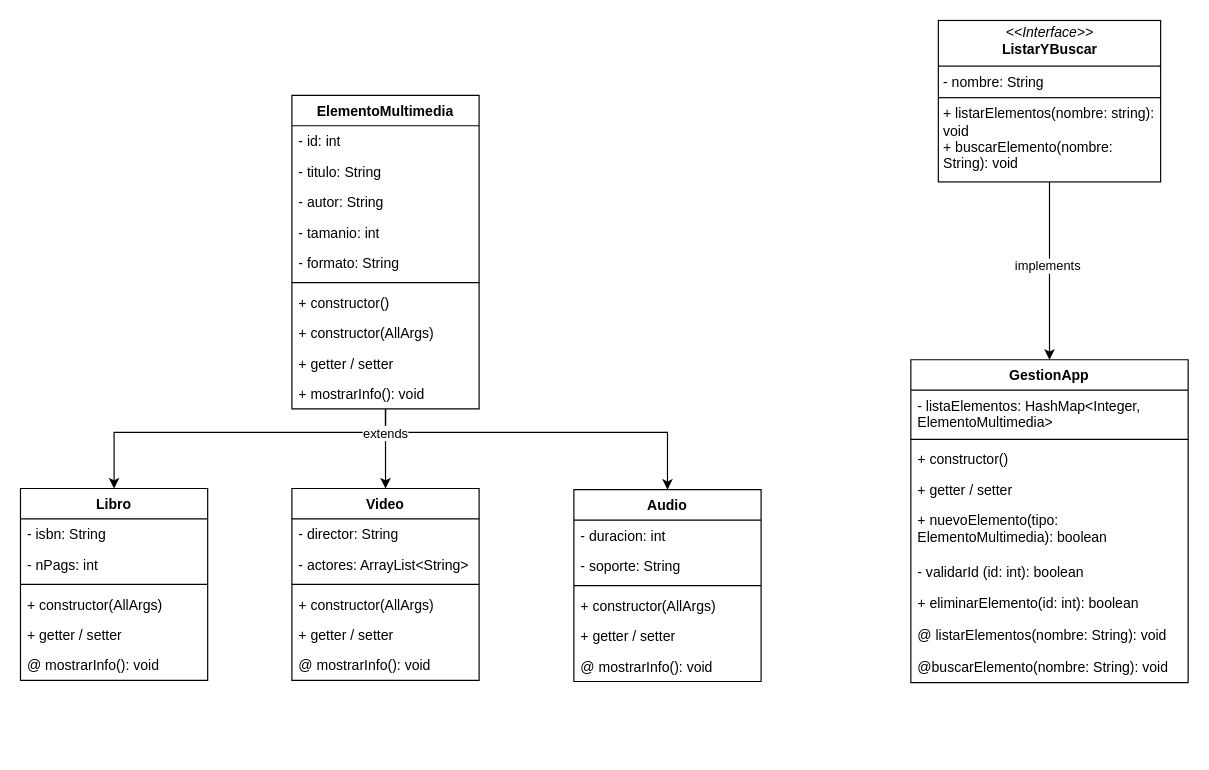
The draw.io diagram PRO/EjercicioElementosMultimedia/docs/diagramaClase.drawio in Jbergo/CLASEPRO_MPO, before the edit. Source tidied: cells renumbered, new cells numbered last; positions are measured from the earlier drawing's top-left corner, leaving out a move shared by most shapes. Both pictures are drawn from the tidied source at 117%, with x=0, y=0 at pixel (20, 20).
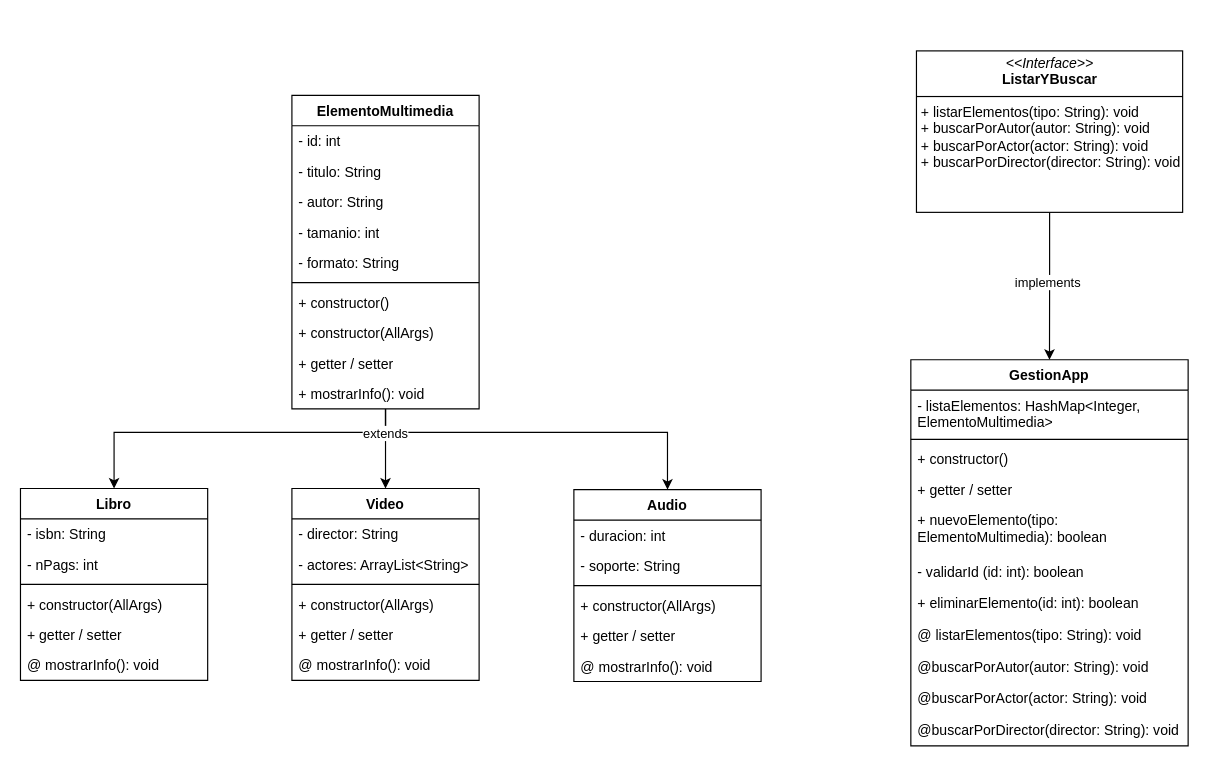
After the change.

Diff of the diagram source:
```diff
@@
     <mxCell id="38" value="GestionApp" style="swimlane;fontStyle=1;align=center;verticalAlign=top;horizontal=1;startSize=26;whiteSpace=wrap;html=1;" parent="1" vertex="1">
-      <mxGeometry x="761" y="290" width="237" height="276" as="geometry" />
+      <mxGeometry x="761" y="290" width="237" height="330" as="geometry" />
     </mxCell>
@@
-    <mxCell id="46" value="@ listarElementos(nombre: String): void" style="text;strokeColor=none;fillColor=none;align=left;verticalAlign=top;spacingLeft=4;spacingRight=4;overflow=hidden;whiteSpace=wrap;html=1;" parent="38" vertex="1">
+    <mxCell id="46" value="@ listarElementos(tipo: String): void" style="text;strokeColor=none;fillColor=none;align=left;verticalAlign=top;spacingLeft=4;spacingRight=4;overflow=hidden;whiteSpace=wrap;html=1;" parent="38" vertex="1">
       <mxGeometry y="222" width="237" height="27" as="geometry" />
     </mxCell>
-    <mxCell id="47" value="@buscarElemento(nombre: String): void" style="text;strokeColor=none;fillColor=none;align=left;verticalAlign=top;spacingLeft=4;spacingRight=4;overflow=hidden;whiteSpace=wrap;html=1;" parent="38" vertex="1">
+    <mxCell id="47" value="@buscarPorAutor(autor: String): void" style="text;strokeColor=none;fillColor=none;align=left;verticalAlign=top;spacingLeft=4;spacingRight=4;overflow=hidden;whiteSpace=wrap;html=1;" parent="38" vertex="1">
       <mxGeometry y="249" width="237" height="27" as="geometry" />
     </mxCell>
+    <mxCell id="51" value="@buscarPorActor(actor: String): void" style="text;strokeColor=none;fillColor=none;align=left;verticalAlign=top;spacingLeft=4;spacingRight=4;overflow=hidden;whiteSpace=wrap;html=1;" parent="38" vertex="1">
+      <mxGeometry y="276" width="237" height="27" as="geometry" />
+    </mxCell>
+    <mxCell id="52" value="@buscarPorDirector(director: String): void" style="text;strokeColor=none;fillColor=none;align=left;verticalAlign=top;spacingLeft=4;spacingRight=4;overflow=hidden;whiteSpace=wrap;html=1;" parent="38" vertex="1">
+      <mxGeometry y="303" width="237" height="27" as="geometry" />
+    </mxCell>
@@
-    <mxCell id="50" value="&lt;p style=&quot;margin:0px;margin-top:4px;text-align:center;&quot;&gt;&lt;i&gt;&amp;lt;&amp;lt;Interface&amp;gt;&amp;gt;&lt;/i&gt;&lt;br&gt;&lt;b&gt;ListarYBuscar&lt;/b&gt;&lt;/p&gt;&lt;hr size=&quot;1&quot; style=&quot;border-style:solid;&quot;&gt;&lt;p style=&quot;margin:0px;margin-left:4px;&quot;&gt;- nombre: String&lt;/p&gt;&lt;hr size=&quot;1&quot; style=&quot;border-style:solid;&quot;&gt;&lt;p style=&quot;margin:0px;margin-left:4px;&quot;&gt;+ listarElementos(nombre: string): void&lt;/p&gt;&lt;p style=&quot;margin:0px;margin-left:4px;&quot;&gt;+ buscarElemento(nombre: String): void&lt;/p&gt;" style="verticalAlign=top;align=left;overflow=fill;html=1;whiteSpace=wrap;" parent="1" vertex="1">
-      <mxGeometry x="784.5" width="190" height="138" as="geometry" />
+    <mxCell id="50" value="&lt;p style=&quot;margin:0px;margin-top:4px;text-align:center;&quot;&gt;&lt;i&gt;&amp;lt;&amp;lt;Interface&amp;gt;&amp;gt;&lt;/i&gt;&lt;br&gt;&lt;b&gt;ListarYBuscar&lt;/b&gt;&lt;/p&gt;&lt;hr size=&quot;1&quot; style=&quot;border-style:solid;&quot;&gt;&lt;p style=&quot;margin:0px;margin-left:4px;&quot;&gt;+ listarElementos(tipo: String): void&lt;/p&gt;&lt;p style=&quot;margin:0px;margin-left:4px;&quot;&gt;+ buscarPorAutor(autor: String): void&lt;/p&gt;&lt;p style=&quot;margin:0px;margin-left:4px;&quot;&gt;+ buscarPorActor(actor: String): void&lt;/p&gt;&lt;p style=&quot;margin:0px;margin-left:4px;&quot;&gt;+ buscarPorDirector(director: String): void&lt;/p&gt;" style="verticalAlign=top;align=left;overflow=fill;html=1;whiteSpace=wrap;" parent="1" vertex="1">
+      <mxGeometry x="765.8" y="26" width="227.5" height="138" as="geometry" />
     </mxCell>
```
